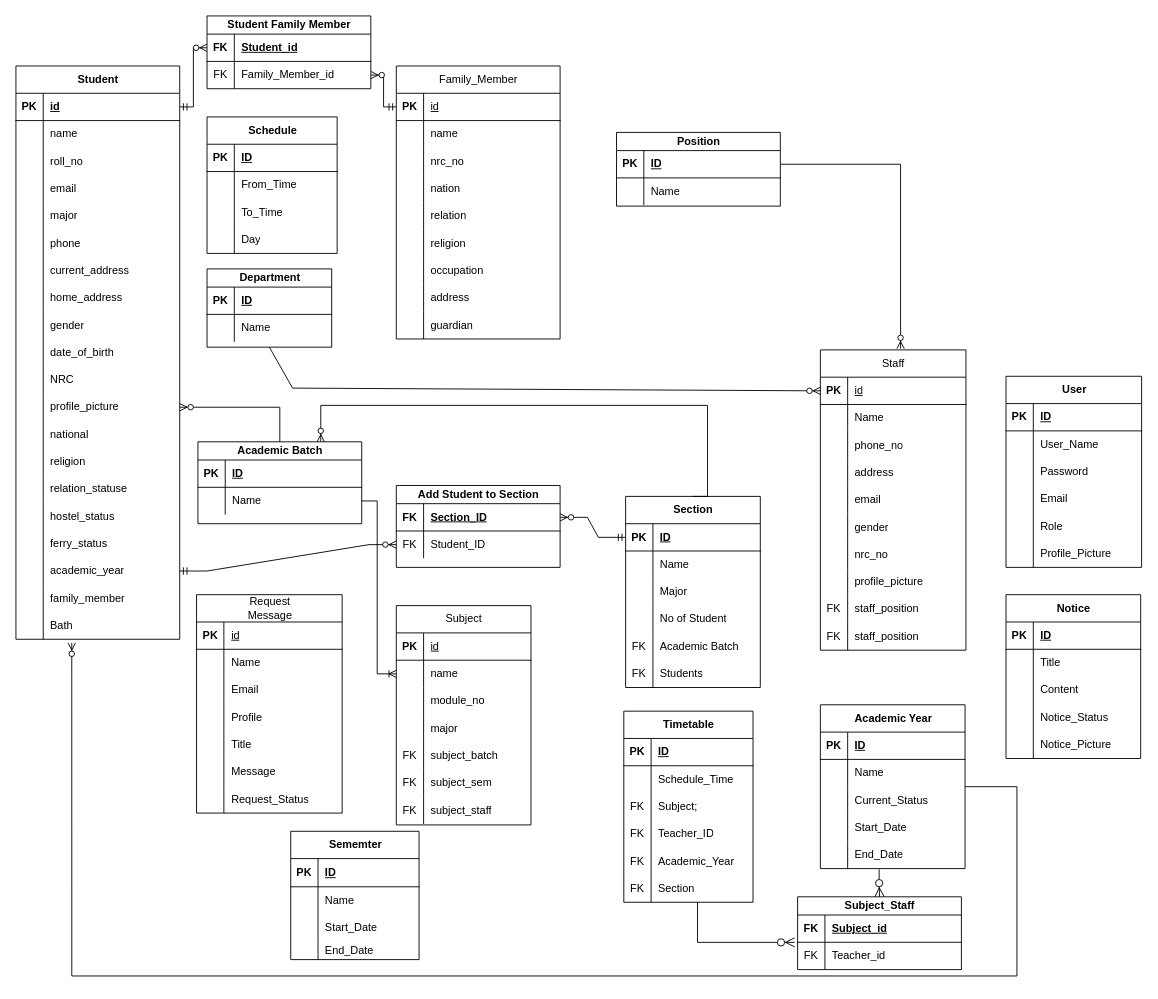
Before: ER.drawio in KhunMaungNgwee/InternShipProject, a draw.io diagram. Source tidied: cells renumbered, new cells numbered last; positions are measured from the earlier drawing's top-left corner, leaving out a move shared by most shapes. Both pictures are drawn from the tidied source at 91%, with x=0, y=0 at pixel (15, 15).
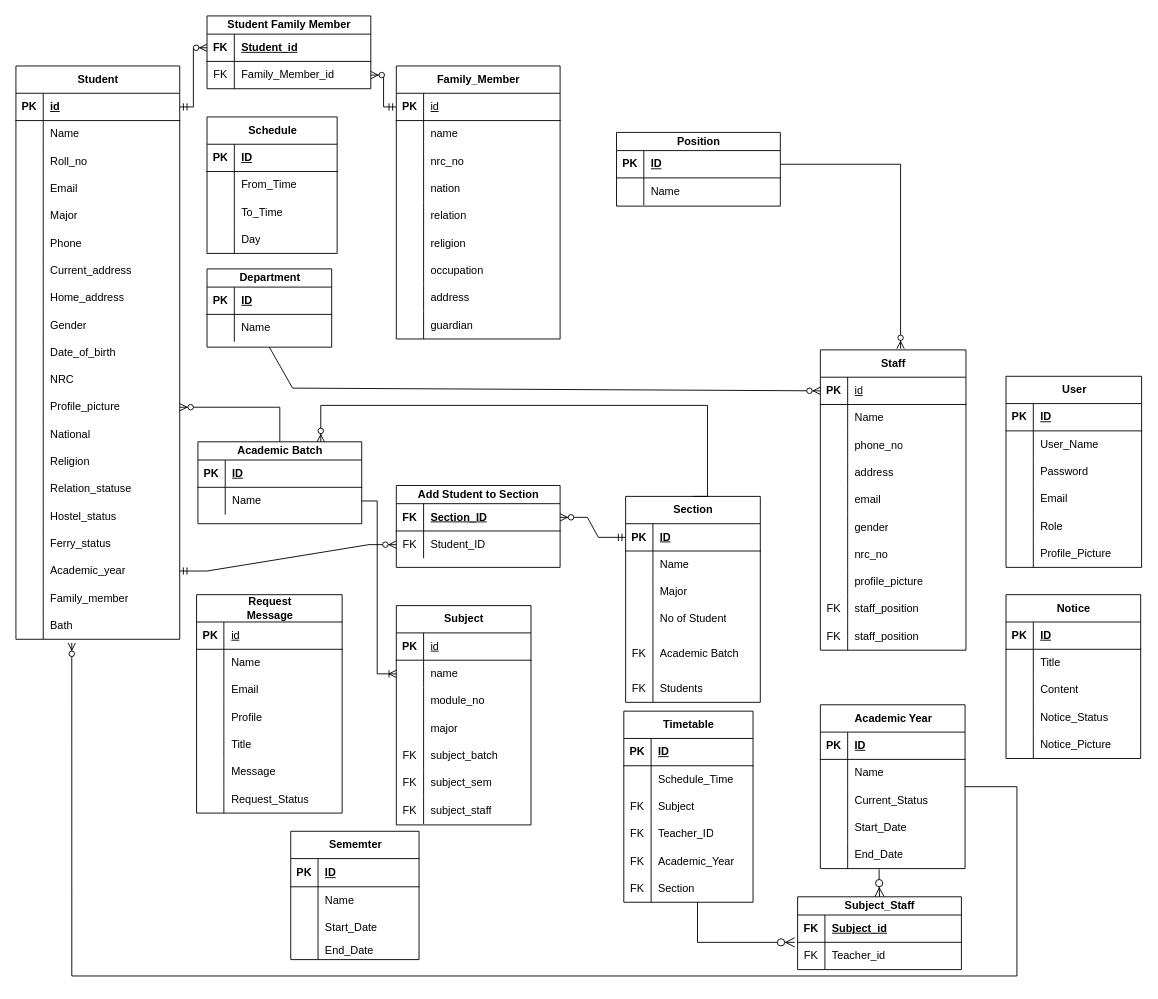
After the change.

The change refers to these unchanged cells:
```xml
<mxCell id="6" style="shape=tableRow;horizontal=0;startSize=0;swimlaneHead=0;swimlaneBody=0;fillColor=none;top=0;left=0;right=0;bottom=0;labelBackgroundColor=none;" parent="2" vertex="1">
  <mxGeometry y="60" width="180" height="30" as="geometry" />
</mxCell>
<mxCell id="9" style="shape=tableRow;horizontal=0;startSize=0;swimlaneHead=0;swimlaneBody=0;fillColor=none;top=0;left=0;right=0;bottom=0;labelBackgroundColor=none;" parent="2" vertex="1">
  <mxGeometry y="90" width="180" height="30" as="geometry" />
</mxCell>
<mxCell id="12" style="shape=tableRow;horizontal=0;startSize=0;swimlaneHead=0;swimlaneBody=0;fillColor=none;top=0;left=0;right=0;bottom=0;labelBackgroundColor=none;" parent="2" vertex="1">
  <mxGeometry y="120" width="180" height="30" as="geometry" />
</mxCell>
<mxCell id="15" style="shape=tableRow;horizontal=0;startSize=0;swimlaneHead=0;swimlaneBody=0;fillColor=none;top=0;left=0;right=0;bottom=0;labelBackgroundColor=none;" parent="2" vertex="1">
  <mxGeometry y="150" width="180" height="30" as="geometry" />
</mxCell>
<mxCell id="18" style="shape=tableRow;horizontal=0;startSize=0;swimlaneHead=0;swimlaneBody=0;fillColor=none;top=0;left=0;right=0;bottom=0;labelBackgroundColor=none;" parent="2" vertex="1">
  <mxGeometry y="180" width="180" height="30" as="geometry" />
</mxCell>
<mxCell id="21" style="shape=tableRow;horizontal=0;startSize=0;swimlaneHead=0;swimlaneBody=0;fillColor=none;top=0;left=0;right=0;bottom=0;labelBackgroundColor=none;" parent="2" vertex="1">
  <mxGeometry y="210" width="180" height="30" as="geometry" />
</mxCell>
<mxCell id="24" style="shape=tableRow;horizontal=0;startSize=0;swimlaneHead=0;swimlaneBody=0;fillColor=none;top=0;left=0;right=0;bottom=0;labelBackgroundColor=none;" parent="2" vertex="1">
  <mxGeometry y="240" width="180" height="30" as="geometry" />
</mxCell>
<mxCell id="27" style="shape=tableRow;horizontal=0;startSize=0;swimlaneHead=0;swimlaneBody=0;fillColor=none;top=0;left=0;right=0;bottom=0;labelBackgroundColor=none;" parent="2" vertex="1">
  <mxGeometry y="270" width="180" height="30" as="geometry" />
</mxCell>
<mxCell id="30" style="shape=tableRow;horizontal=0;startSize=0;swimlaneHead=0;swimlaneBody=0;fillColor=none;top=0;left=0;right=0;bottom=0;labelBackgroundColor=none;" parent="2" vertex="1">
  <mxGeometry y="300" width="180" height="30" as="geometry" />
</mxCell>
<mxCell id="36" style="shape=tableRow;horizontal=0;startSize=0;swimlaneHead=0;swimlaneBody=0;fillColor=none;points=[[0,0.5],[1,0.5]];portConstraint=eastwest;top=0;left=0;right=0;bottom=0;labelBackgroundColor=none;" parent="2" vertex="1">
  <mxGeometry y="360" width="180" height="30" as="geometry" />
</mxCell>
<mxCell id="39" style="shape=tableRow;horizontal=0;startSize=0;swimlaneHead=0;swimlaneBody=0;fillColor=none;top=0;left=0;right=0;bottom=0;labelBackgroundColor=none;" parent="2" vertex="1">
  <mxGeometry y="390" width="180" height="30" as="geometry" />
</mxCell>
<mxCell id="42" style="shape=tableRow;horizontal=0;startSize=0;swimlaneHead=0;swimlaneBody=0;fillColor=none;top=0;left=0;right=0;bottom=0;labelBackgroundColor=none;" parent="2" vertex="1">
  <mxGeometry y="420" width="180" height="30" as="geometry" />
</mxCell>
<mxCell id="45" style="shape=tableRow;horizontal=0;startSize=0;swimlaneHead=0;swimlaneBody=0;fillColor=none;top=0;left=0;right=0;bottom=0;labelBackgroundColor=none;" parent="2" vertex="1">
  <mxGeometry y="450" width="180" height="30" as="geometry" />
</mxCell>
<mxCell id="48" style="shape=tableRow;horizontal=0;startSize=0;swimlaneHead=0;swimlaneBody=0;fillColor=none;top=0;left=0;right=0;bottom=0;labelBackgroundColor=none;" parent="2" vertex="1">
  <mxGeometry y="480" width="180" height="30" as="geometry" />
</mxCell>
<mxCell id="51" style="shape=tableRow;horizontal=0;startSize=0;swimlaneHead=0;swimlaneBody=0;fillColor=none;top=0;left=0;right=0;bottom=0;labelBackgroundColor=none;" parent="2" vertex="1">
  <mxGeometry y="510" width="180" height="30" as="geometry" />
</mxCell>
<mxCell id="54" style="shape=tableRow;horizontal=0;startSize=0;swimlaneHead=0;swimlaneBody=0;fillColor=none;points=[[0,0.5],[1,0.5]];portConstraint=eastwest;top=0;left=0;right=0;bottom=0;labelBackgroundColor=none;" parent="2" vertex="1">
  <mxGeometry y="540" width="180" height="30" as="geometry" />
</mxCell>
<mxCell id="57" style="shape=tableRow;horizontal=0;startSize=0;swimlaneHead=0;swimlaneBody=0;fillColor=none;top=0;left=0;right=0;bottom=0;labelBackgroundColor=none;" parent="2" vertex="1">
  <mxGeometry y="570" width="180" height="30" as="geometry" />
</mxCell>
<mxCell id="209" style="shape=tableRow;horizontal=0;startSize=0;swimlaneHead=0;swimlaneBody=0;fillColor=none;top=0;left=0;right=0;bottom=0;labelBackgroundColor=none;" parent="202" vertex="1">
  <mxGeometry y="90" width="142" height="30" as="geometry" />
</mxCell>
```

The edit, as a diff of the source:
```diff
@@
-<mxGraphModel>
+<mxGraphModel background="#ffffff">
@@
-    <mxCell id="8" value="name" style="shape=partialRectangle;fillColor=none;top=0;left=0;bottom=0;right=0;align=left;spacingLeft=6;overflow=hidden;whiteSpace=wrap;html=1;labelBackgroundColor=none;" parent="6" vertex="1">
+    <mxCell id="8" value="Name" style="shape=partialRectangle;fillColor=none;top=0;left=0;bottom=0;right=0;align=left;spacingLeft=6;overflow=hidden;whiteSpace=wrap;html=1;labelBackgroundColor=none;" parent="6" vertex="1">
       <mxGeometry x="30" width="150" height="30" as="geometry" />
     </mxCell>
@@
-    <mxCell id="11" value="roll_no" style="shape=partialRectangle;fillColor=none;top=0;left=0;bottom=0;right=0;align=left;spacingLeft=6;overflow=hidden;whiteSpace=wrap;html=1;labelBackgroundColor=none;" parent="9" vertex="1">
+    <mxCell id="11" value="Roll_no" style="shape=partialRectangle;fillColor=none;top=0;left=0;bottom=0;right=0;align=left;spacingLeft=6;overflow=hidden;whiteSpace=wrap;html=1;labelBackgroundColor=none;" parent="9" vertex="1">
       <mxGeometry x="30" width="150" height="30" as="geometry" />
     </mxCell>
@@
-    <mxCell id="14" value="email" style="shape=partialRectangle;fillColor=none;top=0;left=0;bottom=0;right=0;align=left;spacingLeft=6;overflow=hidden;whiteSpace=wrap;html=1;labelBackgroundColor=none;" parent="12" vertex="1">
+    <mxCell id="14" value="Email" style="shape=partialRectangle;fillColor=none;top=0;left=0;bottom=0;right=0;align=left;spacingLeft=6;overflow=hidden;whiteSpace=wrap;html=1;labelBackgroundColor=none;" parent="12" vertex="1">
       <mxGeometry x="30" width="150" height="30" as="geometry" />
     </mxCell>
@@
-    <mxCell id="17" value="major" style="shape=partialRectangle;fillColor=none;top=0;left=0;bottom=0;right=0;align=left;spacingLeft=6;overflow=hidden;whiteSpace=wrap;html=1;labelBackgroundColor=none;" parent="15" vertex="1">
+    <mxCell id="17" value="Major" style="shape=partialRectangle;fillColor=none;top=0;left=0;bottom=0;right=0;align=left;spacingLeft=6;overflow=hidden;whiteSpace=wrap;html=1;labelBackgroundColor=none;" parent="15" vertex="1">
       <mxGeometry x="30" width="150" height="30" as="geometry" />
     </mxCell>
@@
-    <mxCell id="20" value="phone" style="shape=partialRectangle;fillColor=none;top=0;left=0;bottom=0;right=0;align=left;spacingLeft=6;overflow=hidden;whiteSpace=wrap;html=1;labelBackgroundColor=none;" parent="18" vertex="1">
+    <mxCell id="20" value="Phone" style="shape=partialRectangle;fillColor=none;top=0;left=0;bottom=0;right=0;align=left;spacingLeft=6;overflow=hidden;whiteSpace=wrap;html=1;labelBackgroundColor=none;" parent="18" vertex="1">
       <mxGeometry x="30" width="150" height="30" as="geometry" />
     </mxCell>
@@
-    <mxCell id="23" value="current_address" style="shape=partialRectangle;fillColor=none;top=0;left=0;bottom=0;right=0;align=left;spacingLeft=6;overflow=hidden;whiteSpace=wrap;html=1;labelBackgroundColor=none;" parent="21" vertex="1">
+    <mxCell id="23" value="Current_address" style="shape=partialRectangle;fillColor=none;top=0;left=0;bottom=0;right=0;align=left;spacingLeft=6;overflow=hidden;whiteSpace=wrap;html=1;labelBackgroundColor=none;" parent="21" vertex="1">
       <mxGeometry x="30" width="150" height="30" as="geometry" />
     </mxCell>
@@
-    <mxCell id="26" value="home_address" style="shape=partialRectangle;fillColor=none;top=0;left=0;bottom=0;right=0;align=left;spacingLeft=6;overflow=hidden;whiteSpace=wrap;html=1;labelBackgroundColor=none;" parent="24" vertex="1">
+    <mxCell id="26" value="Home_address" style="shape=partialRectangle;fillColor=none;top=0;left=0;bottom=0;right=0;align=left;spacingLeft=6;overflow=hidden;whiteSpace=wrap;html=1;labelBackgroundColor=none;" parent="24" vertex="1">
       <mxGeometry x="30" width="150" height="30" as="geometry" />
     </mxCell>
@@
-    <mxCell id="29" value="gender" style="shape=partialRectangle;fillColor=none;top=0;left=0;bottom=0;right=0;align=left;spacingLeft=6;overflow=hidden;whiteSpace=wrap;html=1;labelBackgroundColor=none;" parent="27" vertex="1">
+    <mxCell id="29" value="Gender" style="shape=partialRectangle;fillColor=none;top=0;left=0;bottom=0;right=0;align=left;spacingLeft=6;overflow=hidden;whiteSpace=wrap;html=1;labelBackgroundColor=none;" parent="27" vertex="1">
       <mxGeometry x="30" width="150" height="30" as="geometry" />
     </mxCell>
@@
-    <mxCell id="32" value="date_of_birth" style="shape=partialRectangle;fillColor=none;top=0;left=0;bottom=0;right=0;align=left;spacingLeft=6;overflow=hidden;whiteSpace=wrap;html=1;labelBackgroundColor=none;" parent="30" vertex="1">
+    <mxCell id="32" value="Date_of_birth" style="shape=partialRectangle;fillColor=none;top=0;left=0;bottom=0;right=0;align=left;spacingLeft=6;overflow=hidden;whiteSpace=wrap;html=1;labelBackgroundColor=none;" parent="30" vertex="1">
       <mxGeometry x="30" width="150" height="30" as="geometry" />
     </mxCell>
@@
-    <mxCell id="38" value="profile_picture" style="shape=partialRectangle;fillColor=none;top=0;left=0;bottom=0;right=0;align=left;spacingLeft=6;overflow=hidden;whiteSpace=wrap;html=1;labelBackgroundColor=none;" parent="36" vertex="1">
+    <mxCell id="38" value="Profile_picture" style="shape=partialRectangle;fillColor=none;top=0;left=0;bottom=0;right=0;align=left;spacingLeft=6;overflow=hidden;whiteSpace=wrap;html=1;labelBackgroundColor=none;" parent="36" vertex="1">
       <mxGeometry x="30" width="150" height="30" as="geometry" />
     </mxCell>
@@
-    <mxCell id="41" value="national" style="shape=partialRectangle;fillColor=none;top=0;left=0;bottom=0;right=0;align=left;spacingLeft=6;overflow=hidden;whiteSpace=wrap;html=1;labelBackgroundColor=none;" parent="39" vertex="1">
+    <mxCell id="41" value="National" style="shape=partialRectangle;fillColor=none;top=0;left=0;bottom=0;right=0;align=left;spacingLeft=6;overflow=hidden;whiteSpace=wrap;html=1;labelBackgroundColor=none;" parent="39" vertex="1">
       <mxGeometry x="30" width="150" height="30" as="geometry" />
     </mxCell>
@@
-    <mxCell id="44" value="religion" style="shape=partialRectangle;fillColor=none;top=0;left=0;bottom=0;right=0;align=left;spacingLeft=6;overflow=hidden;whiteSpace=wrap;html=1;labelBackgroundColor=none;" parent="42" vertex="1">
+    <mxCell id="44" value="Religion" style="shape=partialRectangle;fillColor=none;top=0;left=0;bottom=0;right=0;align=left;spacingLeft=6;overflow=hidden;whiteSpace=wrap;html=1;labelBackgroundColor=none;" parent="42" vertex="1">
       <mxGeometry x="30" width="150" height="30" as="geometry" />
     </mxCell>
@@
-    <mxCell id="47" value="relation_statuse" style="shape=partialRectangle;fillColor=none;top=0;left=0;bottom=0;right=0;align=left;spacingLeft=6;overflow=hidden;whiteSpace=wrap;html=1;labelBackgroundColor=none;" parent="45" vertex="1">
+    <mxCell id="47" value="Relation_statuse" style="shape=partialRectangle;fillColor=none;top=0;left=0;bottom=0;right=0;align=left;spacingLeft=6;overflow=hidden;whiteSpace=wrap;html=1;labelBackgroundColor=none;" parent="45" vertex="1">
       <mxGeometry x="30" width="150" height="30" as="geometry" />
     </mxCell>
@@
-    <mxCell id="50" value="hostel_status" style="shape=partialRectangle;fillColor=none;top=0;left=0;bottom=0;right=0;align=left;spacingLeft=6;overflow=hidden;whiteSpace=wrap;html=1;labelBackgroundColor=none;" parent="48" vertex="1">
+    <mxCell id="50" value="Hostel_status" style="shape=partialRectangle;fillColor=none;top=0;left=0;bottom=0;right=0;align=left;spacingLeft=6;overflow=hidden;whiteSpace=wrap;html=1;labelBackgroundColor=none;" parent="48" vertex="1">
       <mxGeometry x="30" width="150" height="30" as="geometry" />
     </mxCell>
@@
-    <mxCell id="53" value="ferry_status" style="shape=partialRectangle;fillColor=none;top=0;left=0;bottom=0;right=0;align=left;spacingLeft=6;overflow=hidden;whiteSpace=wrap;html=1;labelBackgroundColor=none;" parent="51" vertex="1">
+    <mxCell id="53" value="Ferry_status" style="shape=partialRectangle;fillColor=none;top=0;left=0;bottom=0;right=0;align=left;spacingLeft=6;overflow=hidden;whiteSpace=wrap;html=1;labelBackgroundColor=none;" parent="51" vertex="1">
       <mxGeometry x="30" width="150" height="30" as="geometry" />
     </mxCell>
@@
-    <mxCell id="56" value="academic_year" style="shape=partialRectangle;fillColor=none;top=0;left=0;bottom=0;right=0;align=left;spacingLeft=6;overflow=hidden;whiteSpace=wrap;html=1;labelBackgroundColor=none;" parent="54" vertex="1">
+    <mxCell id="56" value="Academic_year" style="shape=partialRectangle;fillColor=none;top=0;left=0;bottom=0;right=0;align=left;spacingLeft=6;overflow=hidden;whiteSpace=wrap;html=1;labelBackgroundColor=none;" parent="54" vertex="1">
       <mxGeometry x="30" width="150" height="30" as="geometry" />
     </mxCell>
@@
-    <mxCell id="59" value="family_member" style="shape=partialRectangle;fillColor=none;top=0;left=0;bottom=0;right=0;align=left;spacingLeft=6;overflow=hidden;whiteSpace=wrap;html=1;labelBackgroundColor=none;" parent="57" vertex="1">
+    <mxCell id="59" value="Family_member" style="shape=partialRectangle;fillColor=none;top=0;left=0;bottom=0;right=0;align=left;spacingLeft=6;overflow=hidden;whiteSpace=wrap;html=1;labelBackgroundColor=none;" parent="57" vertex="1">
       <mxGeometry x="30" width="150" height="30" as="geometry" />
     </mxCell>
@@
-    <mxCell id="63" value="&lt;span style=&quot;font-weight: 400; text-wrap: wrap;&quot;&gt;Family_Member&lt;/span&gt;" style="shape=table;startSize=30;childLayout=tableLayout;rowLines=0;fontStyle=1;align=center;html=1;labelBackgroundColor=none;" parent="1" vertex="1">
+    <mxCell id="63" value="&lt;span style=&quot;text-wrap: wrap;&quot;&gt;Family_Member&lt;/span&gt;" style="shape=table;startSize=30;childLayout=tableLayout;rowLines=0;fontStyle=1;align=center;html=1;labelBackgroundColor=none;" parent="1" vertex="1">
       <mxGeometry x="418" y="55" width="180" height="300" as="geometry" />
     </mxCell>
@@
-    <mxCell id="91" value="&lt;span style=&quot;font-weight: 400; text-wrap: wrap;&quot;&gt;Staff&lt;/span&gt;" style="shape=table;startSize=30;childLayout=tableLayout;rowLines=0;fontStyle=1;align=center;html=1;labelBackgroundColor=none;" parent="1" vertex="1">
+    <mxCell id="91" value="&lt;span style=&quot;text-wrap: wrap;&quot;&gt;Staff&lt;/span&gt;" style="shape=table;startSize=30;childLayout=tableLayout;rowLines=0;fontStyle=1;align=center;html=1;labelBackgroundColor=none;" parent="1" vertex="1">
       <mxGeometry x="884" y="367" width="160" height="330" as="geometry" />
     </mxCell>
@@
-    <mxCell id="122" value="&lt;span style=&quot;font-weight: 400; text-wrap: wrap;&quot;&gt;Subject&lt;/span&gt;" style="shape=table;startSize=30;childLayout=tableLayout;rowLines=0;fontStyle=1;align=center;html=1;labelBackgroundColor=none;" parent="1" vertex="1">
+    <mxCell id="122" value="&lt;span style=&quot;text-wrap: wrap;&quot;&gt;Subject&lt;/span&gt;" style="shape=table;startSize=30;childLayout=tableLayout;rowLines=0;fontStyle=1;align=center;html=1;labelBackgroundColor=none;" parent="1" vertex="1">
       <mxGeometry x="418" y="648" width="148" height="241" as="geometry" />
     </mxCell>
@@
-    <mxCell id="211" value="Subject;" style="shape=partialRectangle;fillColor=none;top=0;left=0;bottom=0;right=0;align=left;spacingLeft=6;overflow=hidden;whiteSpace=wrap;html=1;labelBackgroundColor=none;" parent="209" vertex="1">
+    <mxCell id="211" value="Subject" style="shape=partialRectangle;fillColor=none;top=0;left=0;bottom=0;right=0;align=left;spacingLeft=6;overflow=hidden;whiteSpace=wrap;html=1;labelBackgroundColor=none;" parent="209" vertex="1">
       <mxGeometry x="30" width="112" height="30" as="geometry" />
     </mxCell>
@@
     <mxCell id="282" value="Section" style="shape=table;startSize=30;childLayout=tableLayout;rowLines=0;fontStyle=1;align=center;html=1;labelBackgroundColor=none;" parent="1" vertex="1">
-      <mxGeometry x="670" y="528" width="148" height="210" as="geometry" />
+      <mxGeometry x="670" y="528" width="148" height="226.3" as="geometry" />
     </mxCell>
@@
     <mxCell id="295" style="shape=tableRow;horizontal=0;startSize=0;swimlaneHead=0;swimlaneBody=0;fillColor=none;top=0;left=0;right=0;bottom=0;labelBackgroundColor=none;" parent="282" vertex="1">
-      <mxGeometry y="150" width="148" height="30" as="geometry" />
+      <mxGeometry y="150" width="148" height="46" as="geometry" />
     </mxCell>
     <mxCell id="296" value="FK" style="shape=partialRectangle;fillColor=none;top=0;left=0;bottom=0;right=0;overflow=hidden;whiteSpace=wrap;html=1;labelBackgroundColor=none;" parent="295" vertex="1">
-      <mxGeometry width="30" height="30" as="geometry" />
+      <mxGeometry width="30" height="46" as="geometry" />
     </mxCell>
     <mxCell id="297" value="Academic Batch" style="shape=partialRectangle;fillColor=none;top=0;left=0;bottom=0;right=0;align=left;spacingLeft=6;overflow=hidden;whiteSpace=wrap;html=1;labelBackgroundColor=none;" parent="295" vertex="1">
-      <mxGeometry x="30" width="118" height="30" as="geometry" />
+      <mxGeometry x="30" width="118" height="46" as="geometry" />
     </mxCell>
     <mxCell id="298" style="shape=tableRow;horizontal=0;startSize=0;swimlaneHead=0;swimlaneBody=0;fillColor=none;top=0;left=0;right=0;bottom=0;labelBackgroundColor=none;" parent="282" vertex="1">
-      <mxGeometry y="180" width="148" height="30" as="geometry" />
+      <mxGeometry y="196" width="148" height="30" as="geometry" />
     </mxCell>
@@
-    <mxCell id="301" value="&lt;span style=&quot;font-weight: 400; text-wrap: wrap;&quot;&gt;Request Message&lt;/span&gt;" style="shape=table;startSize=30;childLayout=tableLayout;rowLines=0;fontStyle=1;align=center;html=1;labelBackgroundColor=none;" parent="1" vertex="1">
+    <mxCell id="301" value="&lt;span style=&quot;text-wrap: wrap;&quot;&gt;Request Message&lt;/span&gt;" style="shape=table;startSize=30;childLayout=tableLayout;rowLines=0;fontStyle=1;align=center;html=1;labelBackgroundColor=none;" parent="1" vertex="1">
       <mxGeometry x="198.5" y="636" width="160" height="240" as="geometry" />
     </mxCell>
```
